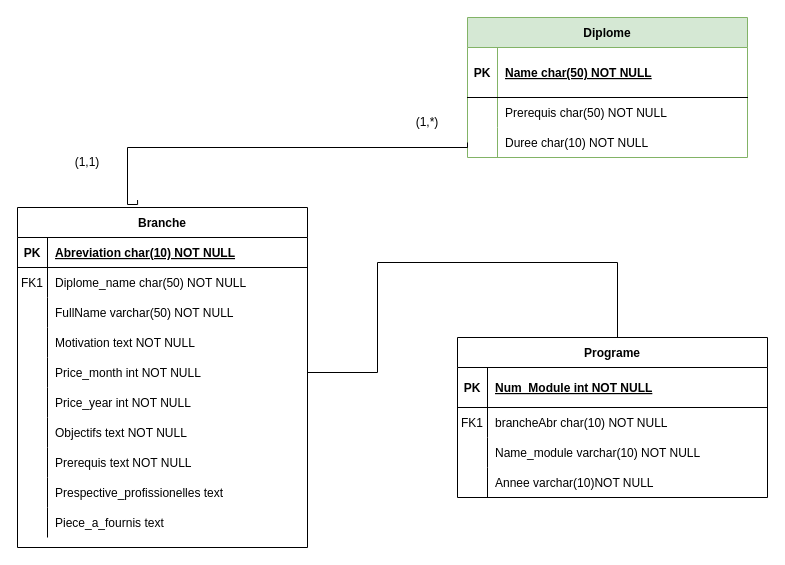
Earlier version of the draw.io diagram page "Page-2" (2 of 3) of Untitled Diagram.drawio (IlyasGrid/Epg). Source tidied: cells renumbered, new cells numbered last; positions are measured from the earlier drawing's top-left corner, leaving out a move shared by most shapes. Both pictures are drawn from the tidied source at 100%, with x=0, y=0 at pixel (17, 17).
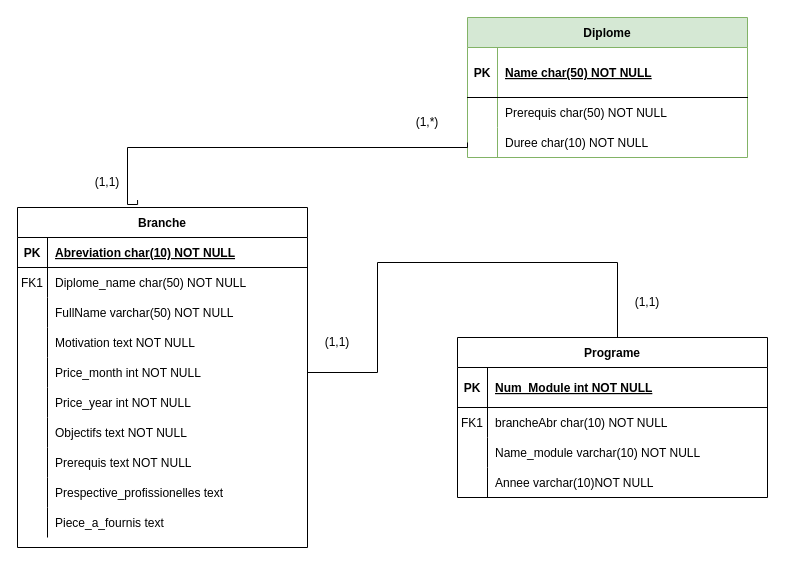
After the change.

The edit, as a diff of the source:
```diff
@@
     <mxCell id="58" value="(1,1)" style="text;strokeColor=none;align=center;fillColor=none;html=1;verticalAlign=middle;whiteSpace=wrap;rounded=0;" parent="1" vertex="1">
-      <mxGeometry x="40" y="130" width="60" height="30" as="geometry" />
+      <mxGeometry x="600" y="270" width="60" height="30" as="geometry" />
     </mxCell>
@@
+    <mxCell id="60" value="(1,1)" style="text;strokeColor=none;align=center;fillColor=none;html=1;verticalAlign=middle;whiteSpace=wrap;rounded=0;" parent="1" vertex="1">
+      <mxGeometry x="290" y="310" width="60" height="30" as="geometry" />
+    </mxCell>
+    <mxCell id="61" value="(1,1)" style="text;strokeColor=none;align=center;fillColor=none;html=1;verticalAlign=middle;whiteSpace=wrap;rounded=0;" parent="1" vertex="1">
+      <mxGeometry x="60" y="150" width="60" height="30" as="geometry" />
+    </mxCell>
```
